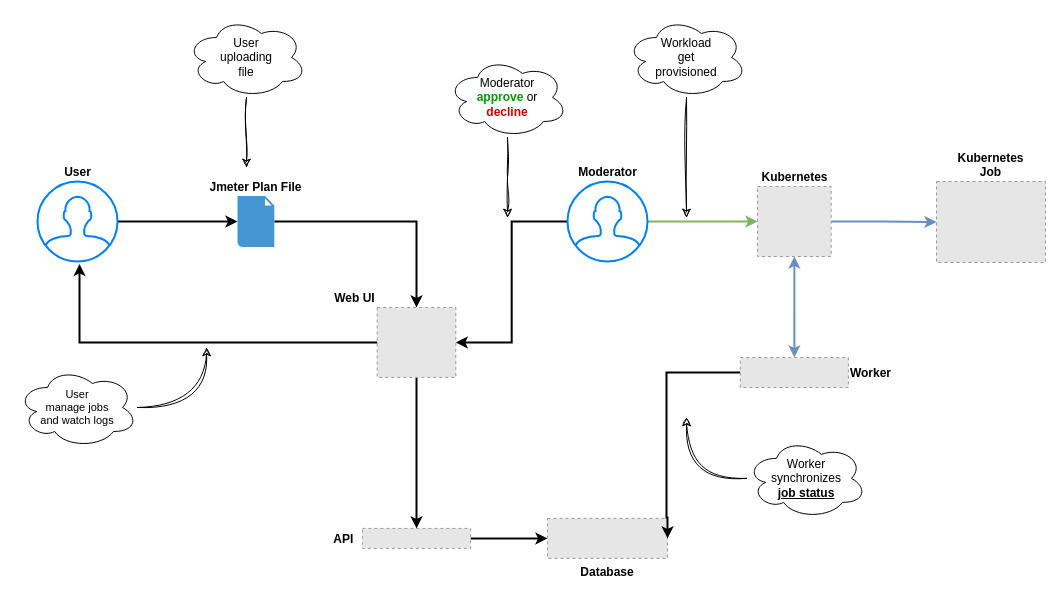
The draw.io diagram page "Page-1" (1 of 3) of kubeblast.drawio in teymurgahramanov/kubeblast, before the edit. Source tidied: cells renumbered, new cells numbered last; positions are measured from the earlier drawing's top-left corner, leaving out a move shared by most shapes. Both pictures are drawn from the tidied source at 100%, with x=0, y=0 at pixel (17, 17). Pictures stored in the file or linked from it are replaced by grey dashed boxes.
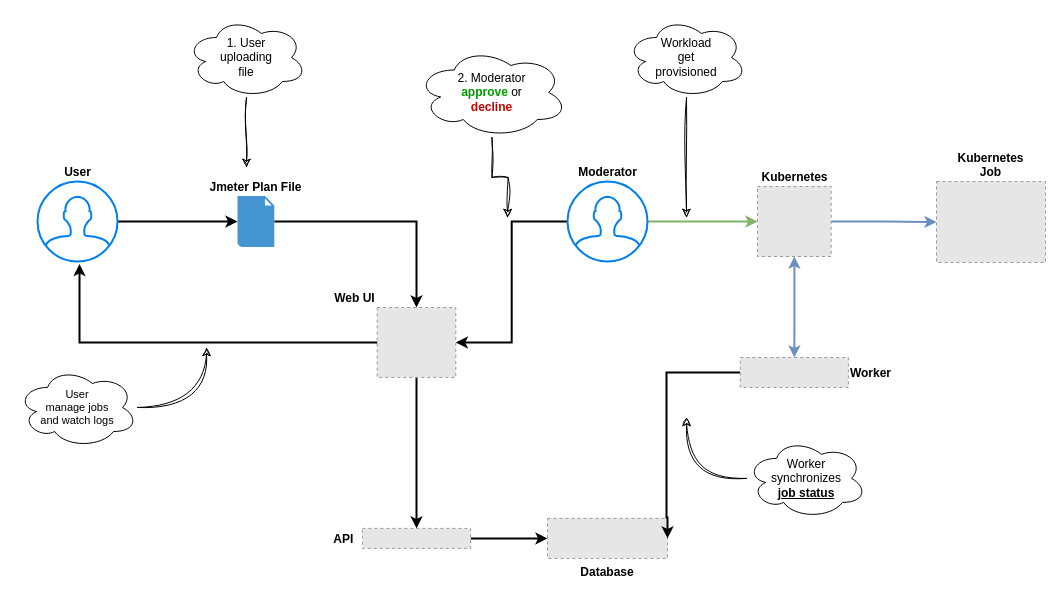
The same page after the edit.

What changed in the source:
```diff
@@
-    <mxCell id="21" value="User&lt;div&gt;uploading&lt;div&gt;file&lt;/div&gt;&lt;/div&gt;" style="ellipse;shape=cloud;whiteSpace=wrap;html=1;" parent="1" vertex="1">
+    <mxCell id="21" value="1. User&lt;div&gt;uploading&lt;div&gt;file&lt;/div&gt;&lt;/div&gt;" style="ellipse;shape=cloud;whiteSpace=wrap;html=1;" parent="1" vertex="1">
       <mxGeometry x="169" width="120" height="80" as="geometry" />
     </mxCell>
@@
-    <mxCell id="23" value="Moderator&lt;div&gt;&lt;b&gt;&lt;font style=&quot;color: rgb(0, 153, 0);&quot;&gt;approve&lt;/font&gt; &lt;/b&gt;or&lt;/div&gt;&lt;div&gt;&lt;font style=&quot;color: rgb(204, 0, 0);&quot;&gt;&lt;b&gt;decline&lt;/b&gt;&lt;/font&gt;&lt;/div&gt;" style="ellipse;shape=cloud;whiteSpace=wrap;html=1;" parent="1" vertex="1">
-      <mxGeometry x="430" y="40" width="120" height="80" as="geometry" />
+    <mxCell id="23" value="2. Moderator&lt;div&gt;&lt;b&gt;&lt;font style=&quot;color: rgb(0, 153, 0);&quot;&gt;approve&lt;/font&gt; &lt;/b&gt;or&lt;/div&gt;&lt;div&gt;&lt;font style=&quot;color: rgb(204, 0, 0);&quot;&gt;&lt;b&gt;decline&lt;/b&gt;&lt;/font&gt;&lt;/div&gt;" style="ellipse;shape=cloud;whiteSpace=wrap;html=1;" parent="1" vertex="1">
+      <mxGeometry x="399" y="30" width="151" height="90" as="geometry" />
     </mxCell>
```
